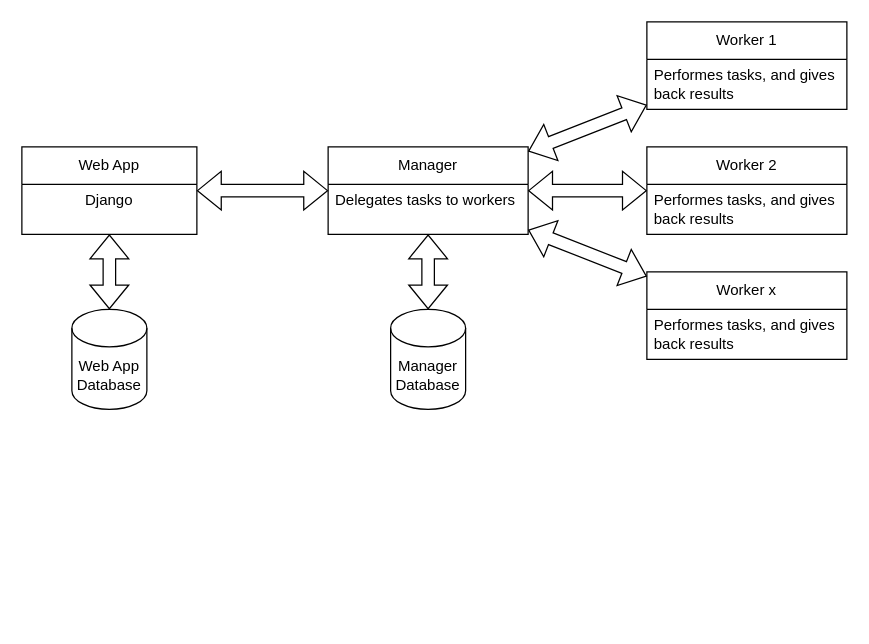
maresyp/DockerNote keeps this draw.io diagram as misc/architecture.drawio. Above is the earlier version. Source tidied: cells renumbered, new cells numbered last; positions are measured from the earlier drawing's top-left corner, leaving out a move shared by most shapes. Both pictures are drawn from the tidied source at 125%, with x=0, y=0 at pixel (21, 21).
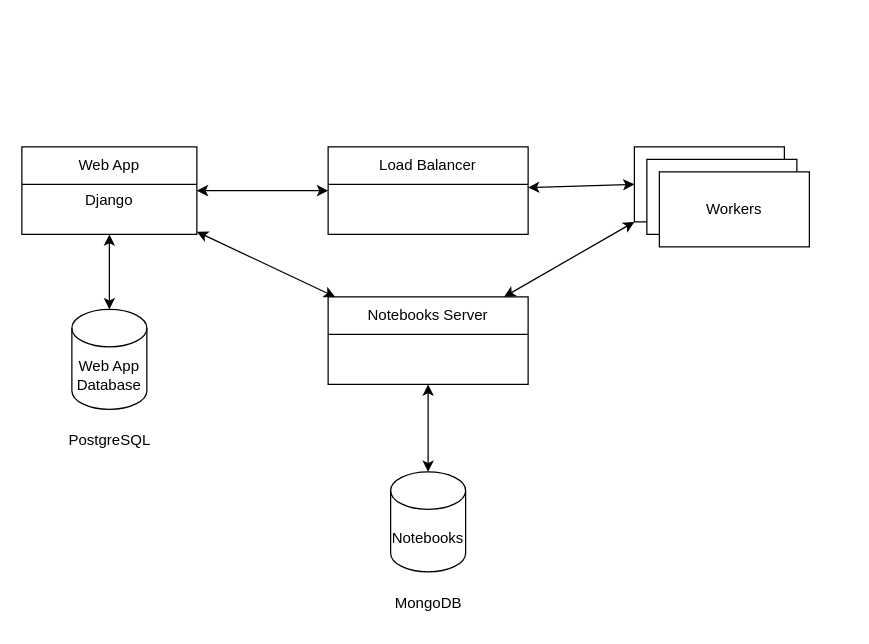
After the change.

The change refers to these unchanged cells:
```xml
<mxCell id="2" value="Web App" style="swimlane;fontStyle=0;horizontal=1;startSize=30;whiteSpace=wrap;html=1;" parent="1" vertex="1">
  <mxGeometry y="100" width="140" height="70" as="geometry" />
</mxCell>
```

The edit, as a diff of the source:
```diff
@@
-    <mxCell id="4" value="Manager" style="swimlane;fontStyle=0;horizontal=1;startSize=30;whiteSpace=wrap;html=1;" parent="1" vertex="1">
+    <mxCell id="4" value="Load Balancer" style="swimlane;fontStyle=0;horizontal=1;startSize=30;whiteSpace=wrap;html=1;" parent="1" vertex="1">
       <mxGeometry x="245" y="100" width="160" height="70" as="geometry" />
     </mxCell>
-    <mxCell id="5" value="&lt;div&gt;Delegates tasks to workers&lt;/div&gt;&lt;div&gt;&lt;br&gt;&lt;/div&gt;" style="text;strokeColor=none;fillColor=none;align=left;verticalAlign=middle;spacingLeft=4;spacingRight=4;overflow=hidden;whiteSpace=wrap;html=1;" parent="4" vertex="1">
+    <mxCell id="5" value="&lt;div&gt;&lt;br&gt;&lt;/div&gt;" style="text;strokeColor=none;fillColor=none;align=left;verticalAlign=middle;spacingLeft=4;spacingRight=4;overflow=hidden;whiteSpace=wrap;html=1;" parent="4" vertex="1">
       <mxGeometry y="30" width="160" height="40" as="geometry" />
     </mxCell>
+    <mxCell id="7" value="&lt;div&gt;Web App&lt;/div&gt;&lt;div&gt;Database&lt;br&gt;&lt;/div&gt;" style="shape=cylinder3;whiteSpace=wrap;html=1;boundedLbl=1;backgroundOutline=1;size=15;" parent="1" vertex="1">
+      <mxGeometry x="40" y="230" width="60" height="80" as="geometry" />
+    </mxCell>
+    <mxCell id="9" value="&lt;div&gt;Notebooks&lt;br&gt;&lt;/div&gt;" style="shape=cylinder3;whiteSpace=wrap;html=1;boundedLbl=1;backgroundOutline=1;size=15;" parent="1" vertex="1">
+      <mxGeometry x="295" y="360" width="60" height="80" as="geometry" />
+    </mxCell>
+    <mxCell id="20" style="rounded=0;whiteSpace=wrap;html=1;" parent="1" vertex="1">
+      <mxGeometry x="490" y="100" width="120" height="60" as="geometry" />
+    </mxCell>
+    <mxCell id="21" style="rounded=0;whiteSpace=wrap;html=1;" parent="1" vertex="1">
+      <mxGeometry x="500" y="110" width="120" height="60" as="geometry" />
+    </mxCell>
+    <mxCell id="22" value="Workers" style="rounded=0;whiteSpace=wrap;html=1;" parent="1" vertex="1">
+      <mxGeometry x="510" y="120" width="120" height="60" as="geometry" />
+    </mxCell>
+    <mxCell id="23" value="PostgreSQL" style="text;html=1;align=center;verticalAlign=middle;strokeColor=none;fillColor=none;" parent="1" vertex="1">
+      <mxGeometry x="25" y="320" width="90" height="30" as="geometry" />
+    </mxCell>
+    <mxCell id="24" value="MongoDB" style="text;html=1;align=center;verticalAlign=middle;strokeColor=none;fillColor=none;" parent="1" vertex="1">
+      <mxGeometry x="285" y="450" width="80" height="30" as="geometry" />
+    </mxCell>
+    <mxCell id="25" value="Notebooks Server" style="swimlane;fontStyle=0;horizontal=1;startSize=30;whiteSpace=wrap;html=1;" parent="1" vertex="1">
+      <mxGeometry x="245" y="220" width="160" height="70" as="geometry" />
+    </mxCell>
+    <mxCell id="26" value="&lt;div&gt;&lt;br&gt;&lt;/div&gt;" style="text;strokeColor=none;fillColor=none;align=left;verticalAlign=middle;spacingLeft=4;spacingRight=4;overflow=hidden;whiteSpace=wrap;html=1;" parent="25" vertex="1">
+      <mxGeometry y="30" width="160" height="40" as="geometry" />
+    </mxCell>
+    <mxCell id="27" style="endArrow=classic;startArrow=classic;html=1;rounded=0;" parent="1" edge="1" source="25" target="9">
+      <mxGeometry relative="1" as="geometry" />
+    </mxCell>
+    <mxCell id="28" style="endArrow=classic;startArrow=classic;html=1;rounded=0;" parent="1" edge="1" source="2" target="7">
+      <mxGeometry relative="1" as="geometry" />
+    </mxCell>
+    <mxCell id="29" style="endArrow=classic;startArrow=classic;html=1;rounded=0;" parent="1" edge="1" source="2" target="25">
+      <mxGeometry relative="1" as="geometry" />
+    </mxCell>
-    <mxCell id="6" style="shape=flexArrow;endArrow=classic;startArrow=classic;html=1;rounded=0;" parent="1" edge="1" source="2" target="4">
+    <mxCell id="6" style="endArrow=classic;startArrow=classic;html=1;rounded=0;" parent="1" edge="1" source="2" target="4">
       <mxGeometry relative="1" as="geometry" />
     </mxCell>
-    <mxCell id="7" value="&lt;div&gt;Web App&lt;/div&gt;&lt;div&gt;Database&lt;br&gt;&lt;/div&gt;" style="shape=cylinder3;whiteSpace=wrap;html=1;boundedLbl=1;backgroundOutline=1;size=15;" parent="1" vertex="1">
-      <mxGeometry x="40" y="230" width="60" height="80" as="geometry" />
-    </mxCell>
-    <mxCell id="8" style="shape=flexArrow;endArrow=classic;startArrow=classic;html=1;rounded=0;" parent="1" edge="1" source="7" target="2">
-      <mxGeometry relative="1" as="geometry" />
-    </mxCell>
-    <mxCell id="9" value="&lt;div&gt;Manager&lt;br&gt;&lt;/div&gt;&lt;div&gt;Database&lt;br&gt;&lt;/div&gt;" style="shape=cylinder3;whiteSpace=wrap;html=1;boundedLbl=1;backgroundOutline=1;size=15;" parent="1" vertex="1">
-      <mxGeometry x="295" y="230" width="60" height="80" as="geometry" />
-    </mxCell>
-    <mxCell id="10" style="shape=flexArrow;endArrow=classic;startArrow=classic;html=1;rounded=0;" parent="1" edge="1" source="9" target="4">
-      <mxGeometry relative="1" as="geometry" />
-    </mxCell>
-    <mxCell id="11" value="Worker 1" style="swimlane;fontStyle=0;horizontal=1;startSize=30;whiteSpace=wrap;html=1;" parent="1" vertex="1">
-      <mxGeometry x="500" width="160" height="70" as="geometry" />
-    </mxCell>
-    <mxCell id="12" value="Performes tasks, and gives back results" style="text;strokeColor=none;fillColor=none;align=left;verticalAlign=middle;spacingLeft=4;spacingRight=4;overflow=hidden;whiteSpace=wrap;html=1;" parent="11" vertex="1">
-      <mxGeometry y="30" width="160" height="40" as="geometry" />
-    </mxCell>
-    <mxCell id="13" value="Worker 2" style="swimlane;fontStyle=0;horizontal=1;startSize=30;whiteSpace=wrap;html=1;" parent="1" vertex="1">
-      <mxGeometry x="500" y="100" width="160" height="70" as="geometry" />
-    </mxCell>
-    <mxCell id="14" value="Performes tasks, and gives back results" style="text;strokeColor=none;fillColor=none;align=left;verticalAlign=middle;spacingLeft=4;spacingRight=4;overflow=hidden;whiteSpace=wrap;html=1;" parent="13" vertex="1">
-      <mxGeometry y="30" width="160" height="40" as="geometry" />
-    </mxCell>
-    <mxCell id="15" value="Worker x" style="swimlane;fontStyle=0;horizontal=1;startSize=30;whiteSpace=wrap;html=1;" parent="1" vertex="1">
-      <mxGeometry x="500" y="200" width="160" height="70" as="geometry" />
-    </mxCell>
-    <mxCell id="16" value="Performes tasks, and gives back results" style="text;strokeColor=none;fillColor=none;align=left;verticalAlign=middle;spacingLeft=4;spacingRight=4;overflow=hidden;whiteSpace=wrap;html=1;" parent="15" vertex="1">
-      <mxGeometry y="30" width="160" height="40" as="geometry" />
-    </mxCell>
-    <mxCell id="17" style="shape=flexArrow;endArrow=classic;startArrow=classic;html=1;rounded=0;" parent="1" edge="1" source="4" target="11">
-      <mxGeometry relative="1" as="geometry" />
-    </mxCell>
-    <mxCell id="18" style="shape=flexArrow;endArrow=classic;startArrow=classic;html=1;rounded=0;" parent="1" edge="1" source="4" target="13">
-      <mxGeometry relative="1" as="geometry" />
-    </mxCell>
-    <mxCell id="19" style="shape=flexArrow;endArrow=classic;startArrow=classic;html=1;rounded=0;" parent="1" edge="1" source="4" target="15">
-      <mxGeometry relative="1" as="geometry" />
-    </mxCell>
+    <mxCell id="30" style="endArrow=classic;startArrow=classic;html=1;rounded=0;entryX=0;entryY=0.5;entryDx=0;entryDy=0;" parent="1" edge="1" source="4" target="20">
+      <mxGeometry relative="1" as="geometry" />
+    </mxCell>
+    <mxCell id="31" style="endArrow=classic;startArrow=classic;html=1;rounded=0;entryX=0;entryY=1;entryDx=0;entryDy=0;" parent="1" edge="1" source="25" target="20">
+      <mxGeometry relative="1" as="geometry" />
+    </mxCell>
```
